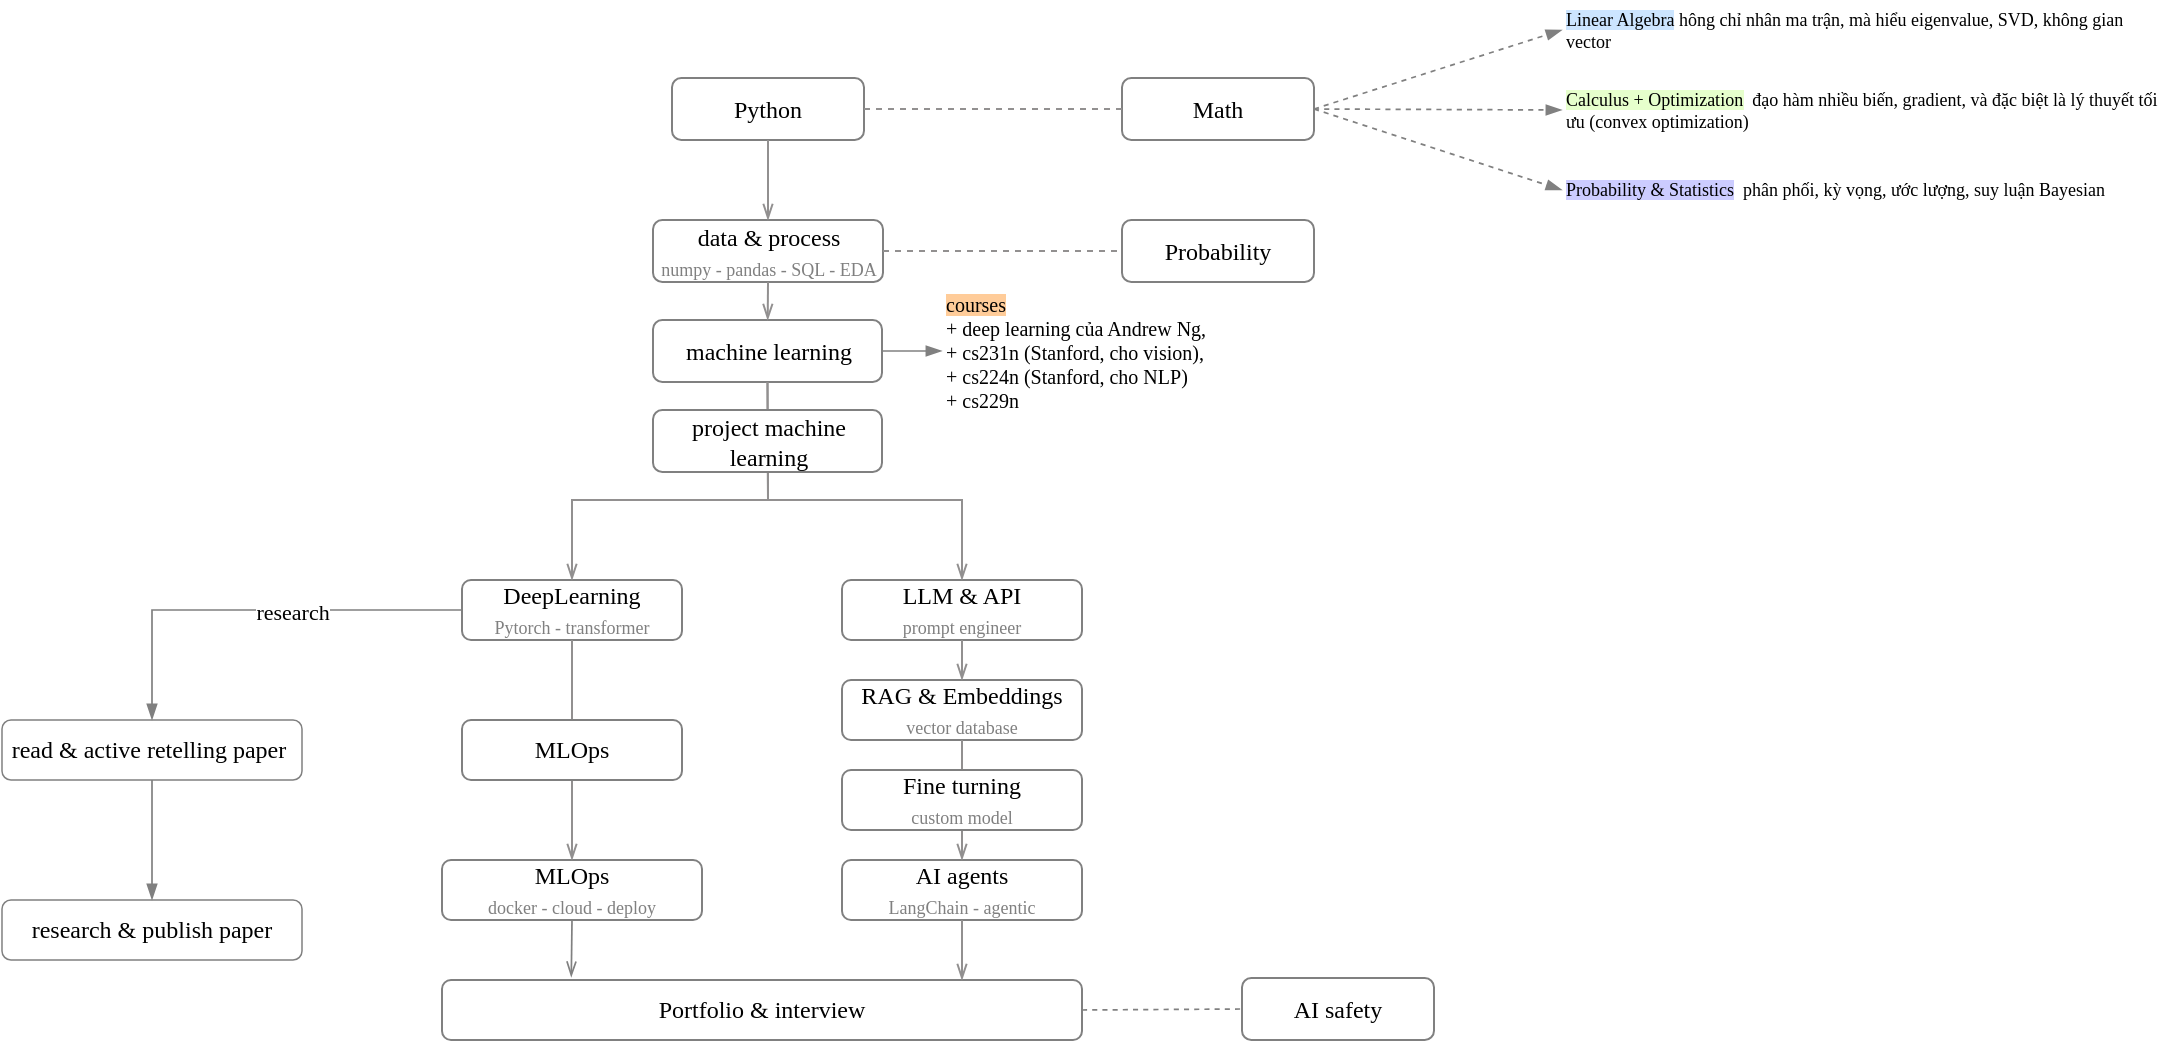
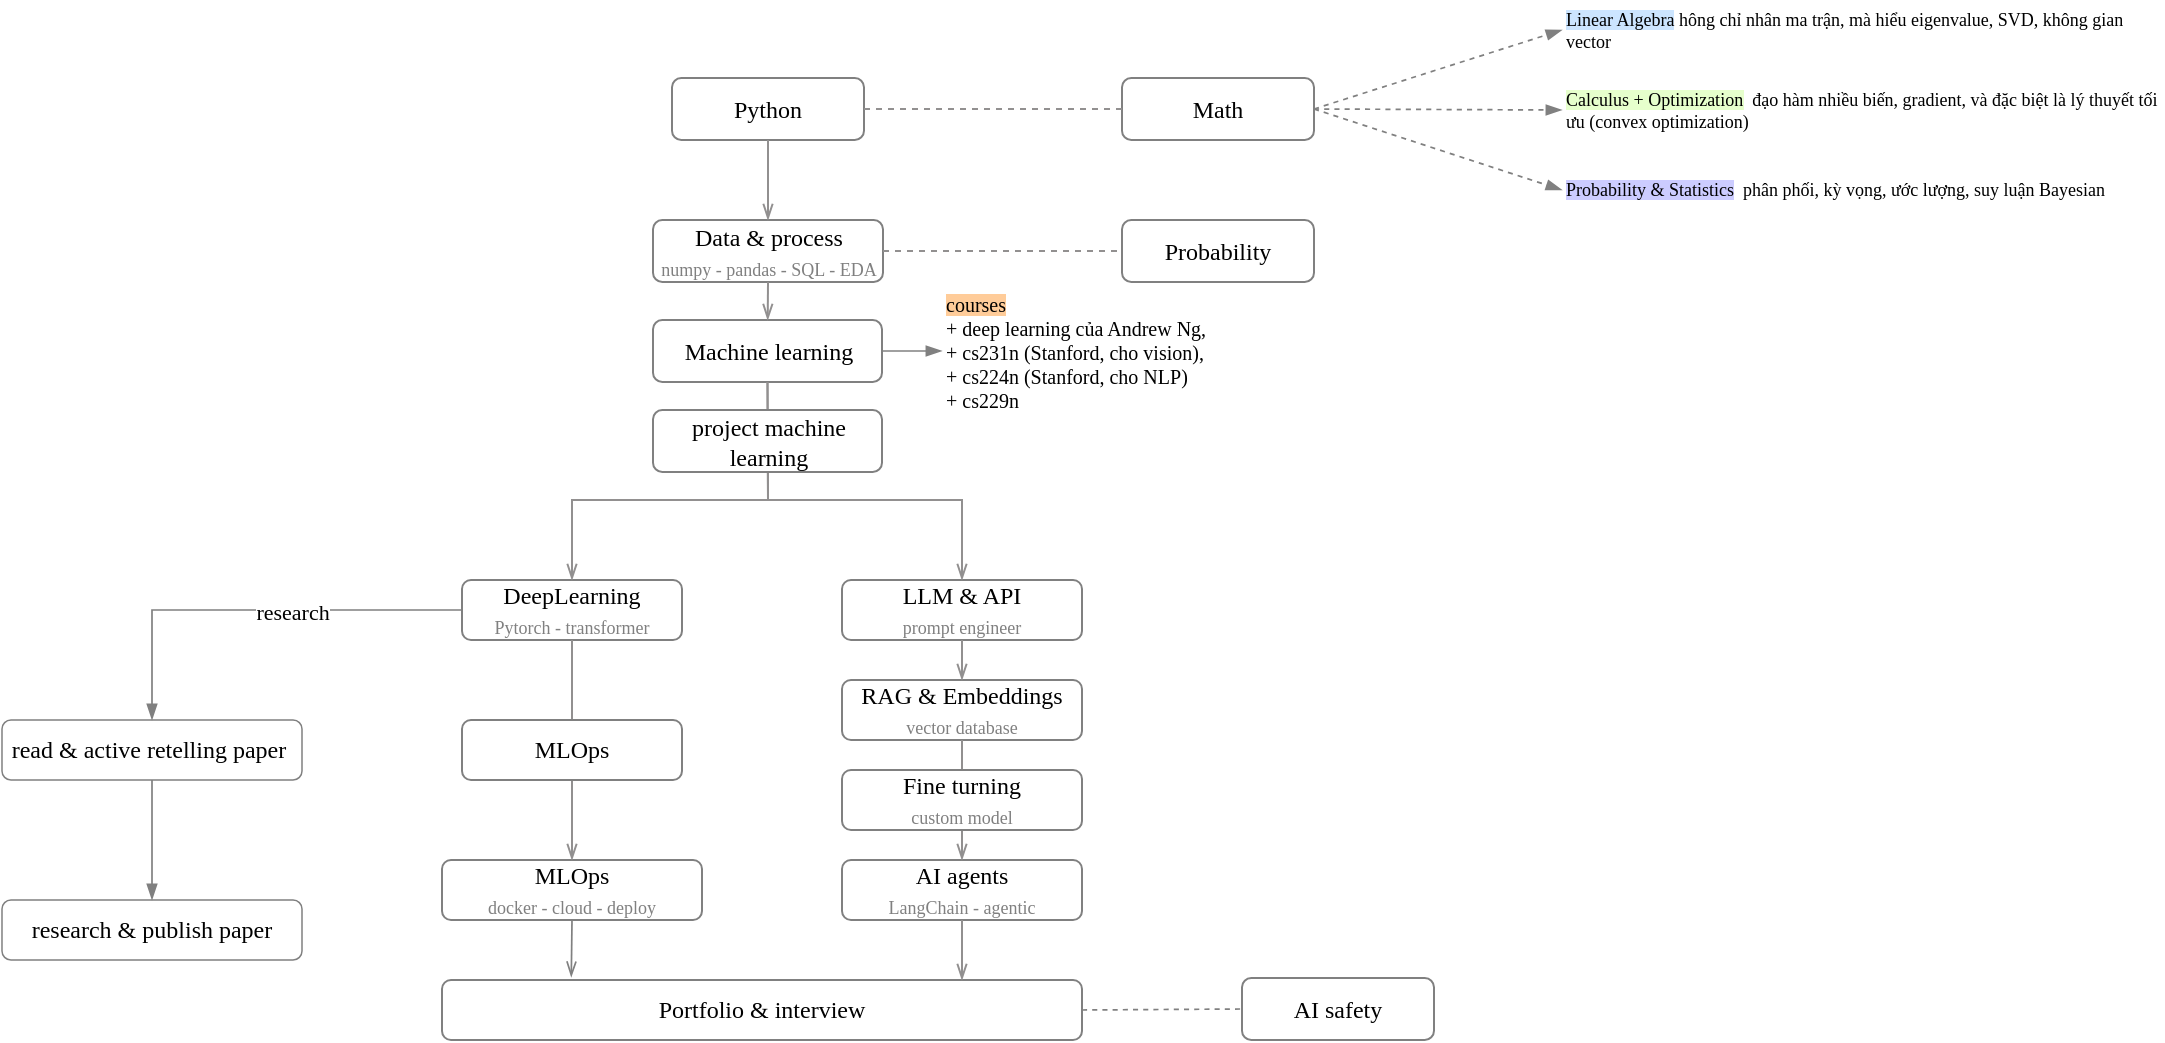
<mxfile host="app.diagrams.net" agent="Mozilla/5.0 (Macintosh; Intel Mac OS X 10_15_7) AppleWebKit/537.36 (KHTML, like Gecko) draw.io/29.3.0 Chrome/140.0.7339.249 Electron/38.7.2 Safari/537.36" pages="4">
  <diagram name="overview" id="cAlCBEzrJN6Ur7Pin5lN">
    <mxGraphModel dx="1976" dy="512" grid="1" gridSize="10" guides="1" tooltips="1" connect="1" arrows="1" fold="1" page="1" pageScale="1" pageWidth="827" pageHeight="1169" math="0" shadow="0">
      <root>
        <mxCell id="0" />
        <mxCell id="1" parent="0" />
        <mxCell id="zTdwEjZ7j_-9_ITJUfBh-1" parent="1" style="rounded=1;whiteSpace=wrap;html=1;fontFamily=Comic Sans MS;strokeColor=#808080;" value="Python" vertex="1">
          <mxGeometry height="31" width="96" x="315" y="489" as="geometry" />
        </mxCell>
        <mxCell id="zTdwEjZ7j_-9_ITJUfBh-2" parent="1" style="rounded=1;whiteSpace=wrap;html=1;fontFamily=Comic Sans MS;strokeColor=#808080;" value="Math" vertex="1">
          <mxGeometry height="31" width="96" x="540" y="489" as="geometry" />
        </mxCell>
-         <mxCell id="zTdwEjZ7j_-9_ITJUfBh-4" parent="1" style="rounded=1;whiteSpace=wrap;html=1;fontFamily=Comic Sans MS;strokeColor=#808080;" value="data &amp;amp; process&lt;div&gt;&lt;font style=&quot;font-size: 9px; color: rgb(128, 128, 128);&quot;&gt;numpy - pandas - SQL - EDA&lt;/font&gt;&lt;/div&gt;" vertex="1">
+         <mxCell id="zTdwEjZ7j_-9_ITJUfBh-4" parent="1" style="rounded=1;whiteSpace=wrap;html=1;fontFamily=Comic Sans MS;strokeColor=#808080;" value="Data &amp;amp; process&lt;div&gt;&lt;font style=&quot;font-size: 9px; color: rgb(128, 128, 128);&quot;&gt;numpy - pandas - SQL - EDA&lt;/font&gt;&lt;/div&gt;" vertex="1">
          <mxGeometry height="31" width="115" x="305.5" y="560" as="geometry" />
        </mxCell>
        <mxCell id="zTdwEjZ7j_-9_ITJUfBh-5" parent="1" style="rounded=1;whiteSpace=wrap;html=1;fontFamily=Comic Sans MS;strokeColor=#808080;" value="Probability" vertex="1">
          <mxGeometry height="31" width="96" x="540" y="560" as="geometry" />
        </mxCell>
        <mxCell id="zTdwEjZ7j_-9_ITJUfBh-6" edge="1" parent="1" source="zTdwEjZ7j_-9_ITJUfBh-4" style="endArrow=none;html=1;rounded=0;endFill=0;strokeColor=light-dark(#929090, #ededed);entryX=0;entryY=0.5;entryDx=0;entryDy=0;exitX=1;exitY=0.5;exitDx=0;exitDy=0;dashed=1;" target="zTdwEjZ7j_-9_ITJUfBh-5" value="">
          <mxGeometry height="50" relative="1" width="50" as="geometry">
            <mxPoint x="350" y="560" as="sourcePoint" />
            <mxPoint x="400" y="510" as="targetPoint" />
          </mxGeometry>
        </mxCell>
        <mxCell id="zTdwEjZ7j_-9_ITJUfBh-7" edge="1" parent="1" source="zTdwEjZ7j_-9_ITJUfBh-1" style="endArrow=none;html=1;rounded=0;endFill=0;strokeColor=light-dark(#929090, #ededed);exitX=1;exitY=0.5;exitDx=0;exitDy=0;entryX=0;entryY=0.5;entryDx=0;entryDy=0;dashed=1;" target="zTdwEjZ7j_-9_ITJUfBh-2" value="">
          <mxGeometry height="50" relative="1" width="50" as="geometry">
            <mxPoint x="350" y="575" as="sourcePoint" />
            <mxPoint x="500" y="525" as="targetPoint" />
          </mxGeometry>
        </mxCell>
-         <mxCell id="zTdwEjZ7j_-9_ITJUfBh-8" parent="1" style="rounded=1;whiteSpace=wrap;html=1;fontFamily=Comic Sans MS;strokeColor=#808080;" value="machine learning" vertex="1">
+         <mxCell id="zTdwEjZ7j_-9_ITJUfBh-8" parent="1" style="rounded=1;whiteSpace=wrap;html=1;fontFamily=Comic Sans MS;strokeColor=#808080;" value="Machine learning" vertex="1">
          <mxGeometry height="31" width="114.5" x="305.5" y="610" as="geometry" />
        </mxCell>
        <mxCell id="zTdwEjZ7j_-9_ITJUfBh-9" edge="1" parent="1" source="zTdwEjZ7j_-9_ITJUfBh-1" style="endArrow=openThin;html=1;rounded=0;endFill=0;strokeColor=light-dark(#929090, #ededed);exitX=0.5;exitY=1;exitDx=0;exitDy=0;" target="zTdwEjZ7j_-9_ITJUfBh-4" value="">
          <mxGeometry height="50" relative="1" width="50" as="geometry">
            <mxPoint x="350" y="560" as="sourcePoint" />
            <mxPoint x="400" y="510" as="targetPoint" />
          </mxGeometry>
        </mxCell>
        <mxCell id="zTdwEjZ7j_-9_ITJUfBh-10" edge="1" parent="1" source="zTdwEjZ7j_-9_ITJUfBh-4" style="endArrow=openThin;html=1;rounded=0;endFill=0;strokeColor=light-dark(#929090, #ededed);exitX=0.5;exitY=1;exitDx=0;exitDy=0;" target="zTdwEjZ7j_-9_ITJUfBh-8" value="">
          <mxGeometry height="50" relative="1" width="50" as="geometry">
            <mxPoint x="350" y="560" as="sourcePoint" />
            <mxPoint x="400" y="510" as="targetPoint" />
          </mxGeometry>
        </mxCell>
        <mxCell id="zTdwEjZ7j_-9_ITJUfBh-11" parent="1" style="rounded=1;whiteSpace=wrap;html=1;fontFamily=Comic Sans MS;strokeColor=#808080;" value="DeepLearning&lt;br&gt;&lt;font style=&quot;font-size: 9px; color: rgb(128, 128, 128);&quot;&gt;Pytorch - transformer&lt;/font&gt;" vertex="1">
          <mxGeometry height="30" width="110" x="210" y="740" as="geometry" />
        </mxCell>
        <mxCell id="zTdwEjZ7j_-9_ITJUfBh-12" parent="1" style="rounded=1;whiteSpace=wrap;html=1;fontFamily=Comic Sans MS;strokeColor=#808080;" value="LLM &amp;amp; API&lt;br&gt;&lt;font style=&quot;font-size: 9px; color: rgb(128, 128, 128);&quot;&gt;prompt engineer&lt;/font&gt;" vertex="1">
          <mxGeometry height="30" width="120" x="400" y="740" as="geometry" />
        </mxCell>
        <mxCell id="zTdwEjZ7j_-9_ITJUfBh-13" parent="1" style="rounded=1;whiteSpace=wrap;html=1;fontFamily=Comic Sans MS;strokeColor=#808080;" value="RAG &amp;amp; Embeddings&lt;div&gt;&lt;font style=&quot;font-size: 9px; color: rgb(128, 128, 128);&quot;&gt;vector database&lt;/font&gt;&lt;/div&gt;" vertex="1">
          <mxGeometry height="30" width="120" x="400" y="790" as="geometry" />
        </mxCell>
        <mxCell id="zTdwEjZ7j_-9_ITJUfBh-14" parent="1" style="rounded=1;whiteSpace=wrap;html=1;fontFamily=Comic Sans MS;strokeColor=#808080;" value="MLOps&lt;div&gt;&lt;font style=&quot;font-size: 9px; color: rgb(128, 128, 128);&quot;&gt;docker - cloud - deploy&lt;/font&gt;&lt;/div&gt;" vertex="1">
          <mxGeometry height="30" width="130" x="200" y="880" as="geometry" />
        </mxCell>
        <mxCell id="zTdwEjZ7j_-9_ITJUfBh-15" parent="1" style="rounded=1;whiteSpace=wrap;html=1;fontFamily=Comic Sans MS;strokeColor=#808080;" value="Portfolio &amp;amp; interview" vertex="1">
          <mxGeometry height="30" width="320" x="200" y="940" as="geometry" />
        </mxCell>
        <mxCell id="zTdwEjZ7j_-9_ITJUfBh-16" parent="1" style="rounded=1;whiteSpace=wrap;html=1;fontFamily=Comic Sans MS;strokeColor=#808080;" value="AI agents&lt;br&gt;&lt;font style=&quot;font-size: 9px; color: rgb(128, 128, 128);&quot;&gt;LangChain - agentic&lt;/font&gt;" vertex="1">
          <mxGeometry height="30" width="120" x="400" y="880" as="geometry" />
        </mxCell>
        <mxCell id="zTdwEjZ7j_-9_ITJUfBh-17" edge="1" parent="1" source="zTdwEjZ7j_-9_ITJUfBh-8" style="endArrow=openThin;html=1;rounded=0;endFill=0;strokeColor=light-dark(#929090, #ededed);entryX=0.5;entryY=0;entryDx=0;entryDy=0;exitX=0.5;exitY=1;exitDx=0;exitDy=0;" target="zTdwEjZ7j_-9_ITJUfBh-12" value="">
          <mxGeometry height="50" relative="1" width="50" as="geometry">
            <Array as="points">
              <mxPoint x="363" y="700" />
              <mxPoint x="460" y="700" />
            </Array>
            <mxPoint x="300" y="780" as="sourcePoint" />
            <mxPoint x="350" y="730" as="targetPoint" />
          </mxGeometry>
        </mxCell>
        <mxCell id="zTdwEjZ7j_-9_ITJUfBh-18" edge="1" parent="1" source="zTdwEjZ7j_-9_ITJUfBh-8" style="endArrow=openThin;html=1;rounded=0;endFill=0;strokeColor=light-dark(#929090, #ededed);exitX=0.5;exitY=1;exitDx=0;exitDy=0;entryX=0.5;entryY=0;entryDx=0;entryDy=0;" target="zTdwEjZ7j_-9_ITJUfBh-11" value="">
          <mxGeometry height="50" relative="1" width="50" as="geometry">
            <Array as="points">
              <mxPoint x="363" y="700" />
              <mxPoint x="265" y="700" />
            </Array>
            <mxPoint x="300" y="780" as="sourcePoint" />
            <mxPoint x="350" y="730" as="targetPoint" />
          </mxGeometry>
        </mxCell>
        <mxCell id="zTdwEjZ7j_-9_ITJUfBh-19" edge="1" parent="1" source="zTdwEjZ7j_-9_ITJUfBh-11" style="endArrow=openThin;html=1;rounded=0;endFill=0;strokeColor=light-dark(#929090, #ededed);exitX=0.5;exitY=1;exitDx=0;exitDy=0;" target="zTdwEjZ7j_-9_ITJUfBh-14" value="">
          <mxGeometry height="50" relative="1" width="50" as="geometry">
            <mxPoint x="290" y="800" as="sourcePoint" />
            <mxPoint x="340" y="750" as="targetPoint" />
          </mxGeometry>
        </mxCell>
        <mxCell id="zTdwEjZ7j_-9_ITJUfBh-21" edge="1" parent="1" source="zTdwEjZ7j_-9_ITJUfBh-12" style="endArrow=openThin;html=1;rounded=0;endFill=0;strokeColor=light-dark(#929090, #ededed);exitX=0.5;exitY=1;exitDx=0;exitDy=0;entryX=0.5;entryY=0;entryDx=0;entryDy=0;" target="zTdwEjZ7j_-9_ITJUfBh-13" value="">
          <mxGeometry height="50" relative="1" width="50" as="geometry">
            <mxPoint x="290" y="800" as="sourcePoint" />
            <mxPoint x="340" y="750" as="targetPoint" />
          </mxGeometry>
        </mxCell>
        <mxCell id="zTdwEjZ7j_-9_ITJUfBh-22" edge="1" parent="1" source="zTdwEjZ7j_-9_ITJUfBh-13" style="endArrow=openThin;html=1;rounded=0;endFill=0;strokeColor=light-dark(#929090, #ededed);exitX=0.5;exitY=1;exitDx=0;exitDy=0;entryX=0.5;entryY=0;entryDx=0;entryDy=0;" target="zTdwEjZ7j_-9_ITJUfBh-16" value="">
          <mxGeometry height="50" relative="1" width="50" as="geometry">
            <mxPoint x="290" y="800" as="sourcePoint" />
            <mxPoint x="340" y="750" as="targetPoint" />
          </mxGeometry>
        </mxCell>
        <mxCell id="zTdwEjZ7j_-9_ITJUfBh-23" edge="1" parent="1" source="zTdwEjZ7j_-9_ITJUfBh-16" style="endArrow=openThin;html=1;rounded=0;endFill=0;strokeColor=light-dark(#929090, #ededed);exitX=0.5;exitY=1;exitDx=0;exitDy=0;" value="">
          <mxGeometry height="50" relative="1" width="50" as="geometry">
            <mxPoint x="290" y="800" as="sourcePoint" />
            <mxPoint x="460" y="940" as="targetPoint" />
          </mxGeometry>
        </mxCell>
        <mxCell id="RL8-EkVr3OvldoPUYXMJ-1" parent="1" style="rounded=1;whiteSpace=wrap;html=1;fontFamily=Comic Sans MS;strokeColor=#808080;" value="project machine learning" vertex="1">
          <mxGeometry height="31" width="114.5" x="305.5" y="655" as="geometry" />
        </mxCell>
        <mxCell id="RL8-EkVr3OvldoPUYXMJ-3" parent="1" style="rounded=1;whiteSpace=wrap;html=1;fontFamily=Comic Sans MS;strokeColor=#808080;" value="MLOps" vertex="1">
          <mxGeometry height="30" width="110" x="210" y="810" as="geometry" />
        </mxCell>
        <mxCell id="RL8-EkVr3OvldoPUYXMJ-4" edge="1" parent="1" source="zTdwEjZ7j_-9_ITJUfBh-14" style="endArrow=openThin;html=1;rounded=0;strokeColor=#808080;endFill=0;strokeWidth=0.85;exitX=0.5;exitY=1;exitDx=0;exitDy=0;entryX=0.202;entryY=-0.05;entryDx=0;entryDy=0;entryPerimeter=0;" target="zTdwEjZ7j_-9_ITJUfBh-15" value="">
          <mxGeometry height="50" relative="1" width="50" as="geometry">
            <mxPoint x="390" y="820" as="sourcePoint" />
            <mxPoint x="440" y="770" as="targetPoint" />
          </mxGeometry>
        </mxCell>
        <mxCell id="RL8-EkVr3OvldoPUYXMJ-5" parent="1" style="rounded=1;whiteSpace=wrap;html=1;fontFamily=Comic Sans MS;strokeColor=#808080;" value="Fine turning&lt;div&gt;&lt;font style=&quot;font-size: 9px; color: rgb(128, 128, 128);&quot;&gt;custom model&lt;/font&gt;&lt;/div&gt;" vertex="1">
          <mxGeometry height="30" width="120" x="400" y="835" as="geometry" />
        </mxCell>
        <mxCell id="RL8-EkVr3OvldoPUYXMJ-6" parent="1" style="rounded=1;whiteSpace=wrap;html=1;fontFamily=Comic Sans MS;strokeColor=#808080;" value="AI safety" vertex="1">
          <mxGeometry height="31" width="96" x="600" y="939" as="geometry" />
        </mxCell>
        <mxCell id="RL8-EkVr3OvldoPUYXMJ-7" edge="1" parent="1" source="zTdwEjZ7j_-9_ITJUfBh-15" style="endArrow=none;html=1;rounded=0;strokeColor=#808080;endFill=0;strokeWidth=0.85;exitX=1;exitY=0.5;exitDx=0;exitDy=0;entryX=0;entryY=0.5;entryDx=0;entryDy=0;dashed=1;" target="RL8-EkVr3OvldoPUYXMJ-6" value="">
          <mxGeometry height="50" relative="1" width="50" as="geometry">
            <mxPoint x="390" y="880" as="sourcePoint" />
            <mxPoint x="440" y="830" as="targetPoint" />
          </mxGeometry>
        </mxCell>
        <mxCell id="RL8-EkVr3OvldoPUYXMJ-9" parent="1" style="text;html=1;whiteSpace=wrap;strokeColor=none;fillColor=none;align=left;verticalAlign=middle;rounded=0;fontFamily=Comic Sans MS;fontSize=9;" value="&lt;span style=&quot;background-color: rgb(204, 229, 255);&quot;&gt;Linear Algebra&lt;/span&gt;&lt;span&gt;&amp;nbsp;hông chỉ nhân ma trận, mà hiểu eigenvalue, SVD, không gian vector&lt;/span&gt;" vertex="1">
          <mxGeometry height="30" width="300" x="760" y="450" as="geometry" />
        </mxCell>
        <mxCell id="RL8-EkVr3OvldoPUYXMJ-10" parent="1" style="text;html=1;whiteSpace=wrap;strokeColor=none;fillColor=none;align=left;verticalAlign=middle;rounded=0;fontFamily=Comic Sans MS;fontSize=9;strokeWidth=2;" value="&lt;span style=&quot;background-color: rgb(230, 255, 204);&quot;&gt;Calculus +&amp;nbsp;Optimization&lt;/span&gt;&lt;span&gt;&amp;nbsp;&amp;nbsp;đạo hàm nhiều biến, gradient, và đặc biệt là lý thuyết tối ưu (convex optimization)&lt;/span&gt;" vertex="1">
          <mxGeometry height="30" width="300" x="760" y="490" as="geometry" />
        </mxCell>
        <mxCell id="RL8-EkVr3OvldoPUYXMJ-11" parent="1" style="text;html=1;whiteSpace=wrap;strokeColor=none;fillColor=none;align=left;verticalAlign=middle;rounded=0;fontFamily=Comic Sans MS;fontSize=9;" value="&lt;span style=&quot;background-color: rgb(204, 204, 255);&quot;&gt;Probability &amp;amp;&amp;nbsp;Statistics&lt;/span&gt;&lt;span&gt;&amp;nbsp;&amp;nbsp;phân phối, kỳ vọng, ước lượng, suy luận Bayesian&lt;/span&gt;" vertex="1">
          <mxGeometry height="30" width="300" x="760" y="530" as="geometry" />
        </mxCell>
        <mxCell id="RL8-EkVr3OvldoPUYXMJ-12" edge="1" parent="1" source="zTdwEjZ7j_-9_ITJUfBh-2" style="endArrow=blockThin;html=1;rounded=0;strokeColor=#808080;endFill=1;strokeWidth=0.85;entryX=0;entryY=0.5;entryDx=0;entryDy=0;exitX=1;exitY=0.5;exitDx=0;exitDy=0;dashed=1;" target="RL8-EkVr3OvldoPUYXMJ-9" value="">
          <mxGeometry height="50" relative="1" width="50" as="geometry">
            <mxPoint x="560" y="500" as="sourcePoint" />
            <mxPoint x="610" y="450" as="targetPoint" />
          </mxGeometry>
        </mxCell>
        <mxCell id="RL8-EkVr3OvldoPUYXMJ-13" edge="1" parent="1" source="zTdwEjZ7j_-9_ITJUfBh-2" style="endArrow=blockThin;html=1;rounded=0;strokeColor=#808080;endFill=1;strokeWidth=0.85;entryX=0;entryY=0.5;entryDx=0;entryDy=0;exitX=1;exitY=0.5;exitDx=0;exitDy=0;dashed=1;" target="RL8-EkVr3OvldoPUYXMJ-10" value="">
          <mxGeometry height="50" relative="1" width="50" as="geometry">
            <mxPoint x="560" y="500" as="sourcePoint" />
            <mxPoint x="610" y="450" as="targetPoint" />
          </mxGeometry>
        </mxCell>
        <mxCell id="RL8-EkVr3OvldoPUYXMJ-14" edge="1" parent="1" source="zTdwEjZ7j_-9_ITJUfBh-2" style="endArrow=blockThin;html=1;rounded=0;strokeColor=#808080;endFill=1;strokeWidth=0.85;exitX=1;exitY=0.5;exitDx=0;exitDy=0;entryX=0;entryY=0.5;entryDx=0;entryDy=0;dashed=1;" target="RL8-EkVr3OvldoPUYXMJ-11" value="">
          <mxGeometry height="50" relative="1" width="50" as="geometry">
            <mxPoint x="560" y="500" as="sourcePoint" />
            <mxPoint x="610" y="450" as="targetPoint" />
          </mxGeometry>
        </mxCell>
        <mxCell id="RL8-EkVr3OvldoPUYXMJ-15" parent="1" style="text;html=1;whiteSpace=wrap;strokeColor=none;fillColor=none;align=left;verticalAlign=middle;rounded=0;fontFamily=Comic Sans MS;fontSize=10;" value="&lt;div&gt;&lt;span style=&quot;background-color: rgb(255, 204, 153);&quot;&gt;courses&lt;/span&gt;&lt;/div&gt;+ deep learning của Andrew Ng,&amp;nbsp;&lt;div&gt;+ cs231n (Stanford, cho vision),&amp;nbsp;&lt;/div&gt;&lt;div&gt;+ cs224n (Stanford, cho NLP)&lt;br&gt;+ cs229n&lt;/div&gt;" vertex="1">
          <mxGeometry height="60" width="170" x="450" y="595.5" as="geometry" />
        </mxCell>
        <mxCell id="RL8-EkVr3OvldoPUYXMJ-16" parent="1" style="rounded=1;whiteSpace=wrap;html=1;strokeColor=#808080;fontFamily=Comic Sans MS;strokeWidth=0.75;" value="read &amp;amp;&amp;nbsp;active retelling paper&amp;nbsp;" vertex="1">
          <mxGeometry height="30" width="150" x="-20" y="810" as="geometry" />
        </mxCell>
        <mxCell id="RL8-EkVr3OvldoPUYXMJ-17" edge="1" parent="1" source="zTdwEjZ7j_-9_ITJUfBh-8" style="endArrow=blockThin;html=1;rounded=0;strokeColor=#808080;endFill=1;strokeWidth=0.85;exitX=1;exitY=0.5;exitDx=0;exitDy=0;entryX=0;entryY=0.5;entryDx=0;entryDy=0;" target="RL8-EkVr3OvldoPUYXMJ-15" value="">
          <mxGeometry height="50" relative="1" width="50" as="geometry">
            <mxPoint x="280" y="480" as="sourcePoint" />
            <mxPoint x="330" y="430" as="targetPoint" />
          </mxGeometry>
        </mxCell>
        <mxCell id="RL8-EkVr3OvldoPUYXMJ-18" edge="1" parent="1" source="zTdwEjZ7j_-9_ITJUfBh-11" style="endArrow=blockThin;html=1;rounded=0;strokeColor=#808080;endFill=1;strokeWidth=0.85;exitX=0;exitY=0.5;exitDx=0;exitDy=0;entryX=0.5;entryY=0;entryDx=0;entryDy=0;" target="RL8-EkVr3OvldoPUYXMJ-16" value="">
          <mxGeometry height="50" relative="1" width="50" as="geometry">
            <Array as="points">
              <mxPoint x="55" y="755" />
            </Array>
            <mxPoint x="280" y="850" as="sourcePoint" />
            <mxPoint x="330" y="800" as="targetPoint" />
          </mxGeometry>
        </mxCell>
        <mxCell id="RL8-EkVr3OvldoPUYXMJ-19" connectable="0" parent="RL8-EkVr3OvldoPUYXMJ-18" style="edgeLabel;html=1;align=center;verticalAlign=middle;resizable=0;points=[];fontFamily=Comic Sans MS;" value="research" vertex="1">
          <mxGeometry relative="1" x="-0.1925" y="1" as="geometry">
            <mxPoint as="offset" />
          </mxGeometry>
        </mxCell>
        <mxCell id="RL8-EkVr3OvldoPUYXMJ-20" parent="1" style="rounded=1;whiteSpace=wrap;html=1;strokeColor=#808080;fontFamily=Comic Sans MS;strokeWidth=0.75;" value="research &amp;amp; publish paper" vertex="1">
          <mxGeometry height="30" width="150" x="-20" y="900" as="geometry" />
        </mxCell>
        <mxCell id="RL8-EkVr3OvldoPUYXMJ-21" edge="1" parent="1" source="RL8-EkVr3OvldoPUYXMJ-16" style="endArrow=blockThin;html=1;rounded=0;strokeColor=#808080;endFill=1;strokeWidth=0.85;exitX=0.5;exitY=1;exitDx=0;exitDy=0;entryX=0.5;entryY=0;entryDx=0;entryDy=0;" target="RL8-EkVr3OvldoPUYXMJ-20" value="">
          <mxGeometry height="50" relative="1" width="50" as="geometry">
            <mxPoint x="300" y="910" as="sourcePoint" />
            <mxPoint x="350" y="860" as="targetPoint" />
          </mxGeometry>
        </mxCell>
      </root>
    </mxGraphModel>
  </diagram>
  <diagram id="UOBW3iFDmhUj1Tzh1QrL" name="python">
    <mxGraphModel dx="1725" dy="984" grid="1" gridSize="10" guides="1" tooltips="1" connect="1" arrows="1" fold="1" page="1" pageScale="1" pageWidth="827" pageHeight="1169" math="0" shadow="0">
      <root>
        <mxCell id="0" />
        <mxCell id="1" parent="0" />
      </root>
    </mxGraphModel>
  </diagram>
  <diagram id="m8GAUy3Aqo1FDhopTY1m" name="math">
    <mxGraphModel dx="1725" dy="984" grid="1" gridSize="10" guides="1" tooltips="1" connect="1" arrows="1" fold="1" page="1" pageScale="1" pageWidth="827" pageHeight="1169" math="0" shadow="0">
      <root>
        <mxCell id="0" />
        <mxCell id="1" parent="0" />
      </root>
    </mxGraphModel>
  </diagram>
  <diagram id="iIlrw0R1UCY4nR05RIuw" name="agent">
    <mxGraphModel dx="2265" dy="820" grid="1" gridSize="10" guides="1" tooltips="1" connect="1" arrows="1" fold="1" page="1" pageScale="1" pageWidth="827" pageHeight="1169" math="0" shadow="0">
      <root>
        <mxCell id="0" />
        <mxCell id="1" parent="0" />
        <mxCell id="3Uv-7dnaONPzhC1kDc2I-1" parent="1" style="text;html=1;whiteSpace=wrap;strokeColor=none;fillColor=none;align=center;verticalAlign=middle;rounded=0;" value="&lt;font face=&quot;Comic Sans MS&quot;&gt;working flow&amp;nbsp;&lt;/font&gt;" vertex="1">
          <mxGeometry height="30" width="110" x="600" y="480" as="geometry" />
        </mxCell>
        <mxCell id="3Uv-7dnaONPzhC1kDc2I-3" parent="1" style="text;html=1;whiteSpace=wrap;strokeColor=none;fillColor=none;align=center;verticalAlign=middle;rounded=0;" value="&lt;font face=&quot;Comic Sans MS&quot;&gt;prompt chaining&amp;nbsp;&lt;/font&gt;" vertex="1">
          <mxGeometry height="30" width="110" x="820" y="230" as="geometry" />
        </mxCell>
        <mxCell id="3Uv-7dnaONPzhC1kDc2I-4" edge="1" parent="1" source="3Uv-7dnaONPzhC1kDc2I-1" style="endArrow=openThin;html=1;rounded=0;endFill=0;strokeColor=light-dark(#929090, #ededed);exitX=1;exitY=0.5;exitDx=0;exitDy=0;entryX=0;entryY=0.5;entryDx=0;entryDy=0;" target="3Uv-7dnaONPzhC1kDc2I-3" value="">
          <mxGeometry height="50" relative="1" width="50" as="geometry">
            <mxPoint x="790" y="370" as="sourcePoint" />
            <mxPoint x="840" y="320" as="targetPoint" />
          </mxGeometry>
        </mxCell>
        <mxCell id="3Uv-7dnaONPzhC1kDc2I-5" parent="1" style="text;html=1;whiteSpace=wrap;strokeColor=none;fillColor=none;align=center;verticalAlign=middle;rounded=0;" value="&lt;font face=&quot;Comic Sans MS&quot;&gt;routing&lt;/font&gt;" vertex="1">
          <mxGeometry height="30" width="80" x="820" y="350" as="geometry" />
        </mxCell>
        <mxCell id="3Uv-7dnaONPzhC1kDc2I-6" parent="1" style="text;html=1;whiteSpace=wrap;strokeColor=none;fillColor=none;align=center;verticalAlign=middle;rounded=0;" value="&lt;font face=&quot;Comic Sans MS&quot;&gt;Evaluator - Optimizer / Reflection&lt;/font&gt;" vertex="1">
          <mxGeometry height="30" width="220" x="820" y="480" as="geometry" />
        </mxCell>
        <mxCell id="3Uv-7dnaONPzhC1kDc2I-7" edge="1" parent="1" source="3Uv-7dnaONPzhC1kDc2I-1" style="endArrow=openThin;html=1;rounded=0;endFill=0;strokeColor=light-dark(#929090, #ededed);exitX=1;exitY=0.5;exitDx=0;exitDy=0;entryX=0;entryY=0.5;entryDx=0;entryDy=0;" target="3Uv-7dnaONPzhC1kDc2I-5" value="">
          <mxGeometry height="50" relative="1" width="50" as="geometry">
            <mxPoint x="790" y="440" as="sourcePoint" />
            <mxPoint x="840" y="390" as="targetPoint" />
          </mxGeometry>
        </mxCell>
        <mxCell id="3Uv-7dnaONPzhC1kDc2I-8" edge="1" parent="1" source="3Uv-7dnaONPzhC1kDc2I-1" style="endArrow=openThin;html=1;rounded=0;endFill=0;strokeColor=light-dark(#929090, #ededed);exitX=1;exitY=0.5;exitDx=0;exitDy=0;" target="3Uv-7dnaONPzhC1kDc2I-6" value="">
          <mxGeometry height="50" relative="1" width="50" as="geometry">
            <mxPoint x="790" y="440" as="sourcePoint" />
            <mxPoint x="840" y="390" as="targetPoint" />
          </mxGeometry>
        </mxCell>
        <mxCell id="3Uv-7dnaONPzhC1kDc2I-9" parent="1" style="text;html=1;whiteSpace=wrap;strokeColor=none;fillColor=none;align=center;verticalAlign=middle;rounded=0;" value="&lt;font face=&quot;Comic Sans MS&quot;&gt;Orchestrator - Workers&lt;/font&gt;" vertex="1">
          <mxGeometry height="30" width="150" x="820" y="590" as="geometry" />
        </mxCell>
        <mxCell id="3Uv-7dnaONPzhC1kDc2I-10" edge="1" parent="1" source="3Uv-7dnaONPzhC1kDc2I-1" style="endArrow=openThin;html=1;rounded=0;endFill=0;strokeColor=light-dark(#929090, #ededed);entryX=0;entryY=0.5;entryDx=0;entryDy=0;exitX=1;exitY=0.5;exitDx=0;exitDy=0;" target="3Uv-7dnaONPzhC1kDc2I-9" value="">
          <mxGeometry height="50" relative="1" width="50" as="geometry">
            <mxPoint x="790" y="610" as="sourcePoint" />
            <mxPoint x="840" y="560" as="targetPoint" />
          </mxGeometry>
        </mxCell>
        <mxCell id="3Uv-7dnaONPzhC1kDc2I-11" parent="1" style="text;html=1;whiteSpace=wrap;strokeColor=none;fillColor=none;align=center;verticalAlign=middle;rounded=0;" value="&lt;font face=&quot;Comic Sans MS&quot;&gt;RAG - Retrieval-Augmented Generation&lt;/font&gt;" vertex="1">
          <mxGeometry height="30" width="240" x="820" y="710" as="geometry" />
        </mxCell>
        <mxCell id="3Uv-7dnaONPzhC1kDc2I-12" edge="1" parent="1" source="3Uv-7dnaONPzhC1kDc2I-1" style="endArrow=openThin;html=1;rounded=0;endFill=0;strokeColor=light-dark(#929090, #ededed);entryX=0;entryY=0.5;entryDx=0;entryDy=0;exitX=1;exitY=0.5;exitDx=0;exitDy=0;" target="3Uv-7dnaONPzhC1kDc2I-11" value="">
          <mxGeometry height="50" relative="1" width="50" as="geometry">
            <mxPoint x="790" y="490" as="sourcePoint" />
            <mxPoint x="840" y="440" as="targetPoint" />
          </mxGeometry>
        </mxCell>
        <mxCell id="3Uv-7dnaONPzhC1kDc2I-13" parent="1" style="rounded=1;whiteSpace=wrap;html=1;fontFamily=Comic Sans MS;strokeColor=#808080;" value="LLM" vertex="1">
          <mxGeometry height="30" width="80" x="-160" y="520" as="geometry" />
        </mxCell>
        <mxCell id="3Uv-7dnaONPzhC1kDc2I-14" parent="1" style="rounded=1;whiteSpace=wrap;html=1;fontFamily=Comic Sans MS;strokeColor=#808080;" value="Planning" vertex="1">
          <mxGeometry height="30" width="90" x="-10" y="680" as="geometry" />
        </mxCell>
        <mxCell id="3Uv-7dnaONPzhC1kDc2I-15" parent="1" style="rounded=1;whiteSpace=wrap;html=1;fontFamily=Comic Sans MS;strokeColor=#808080;" value="Memory" vertex="1">
          <mxGeometry height="30" width="80" x="240" y="560" as="geometry" />
        </mxCell>
        <mxCell id="3Uv-7dnaONPzhC1kDc2I-16" parent="1" style="rounded=1;whiteSpace=wrap;html=1;fontFamily=Comic Sans MS;strokeColor=#808080;" value="Tools/Actions" vertex="1">
          <mxGeometry height="30" width="90" x="70" y="400" as="geometry" />
        </mxCell>
      </root>
    </mxGraphModel>
  </diagram>
</mxfile>
